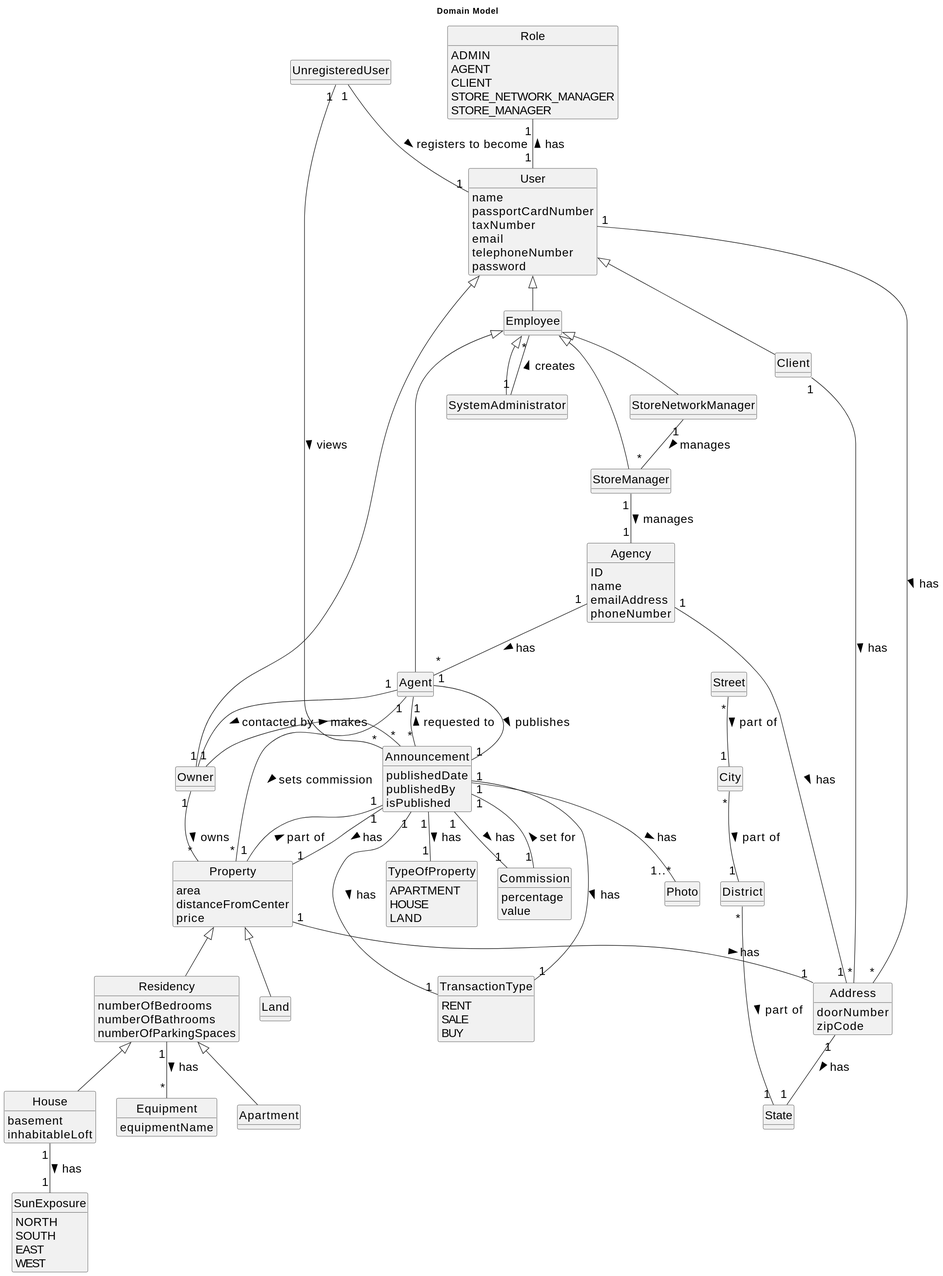
Above: docs/sprintC/global-artifacts/02.analysis/svg/project-domain-model.svg in Goncalves2525/real-estate-management-system (PlantUML), before the change.
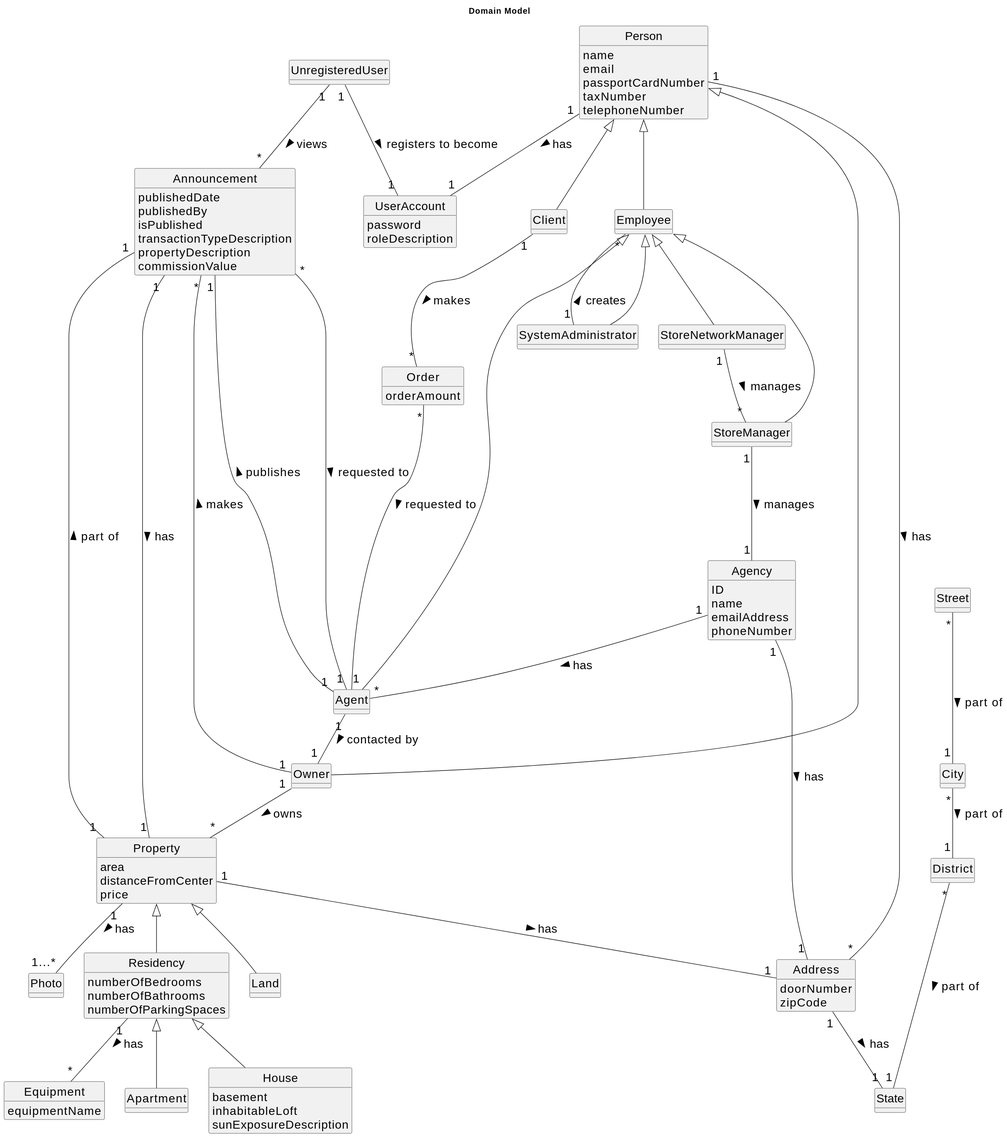
After the change.

Change to the diagram source:
```diff
@@ -9,25 +9,33 @@
 
 title Domain Model
 
-class Client extends User{
+class Client extends Person{
 }
 
-class Owner extends User {
+class Owner extends Person {
 }
 
-class Employee extends User{
+class Employee extends Person{
 }
 
 class Agent extends Employee{
 }
 
-class User{
+class Order{
+    orderAmount
+}
+
+class UserAccount {
+    password
+    roleDescription
+}
+
+class Person{
     name
+    email
     passportCardNumber
     taxNumber
-    email
     telephoneNumber
-    password
 }
 
 class Agency{
@@ -51,8 +59,6 @@
     zipCode
 }
 
-class Street{
-}
 
 class City{
 }
@@ -63,12 +69,17 @@
 class State{
 }
 
+class Street{
+}
+
 class Apartment extends Residency{
 }
 
 class House extends Residency{
     basement
     inhabitableLoft
+    sunExposureDescription
+
 }
 
 class Residency extends Property{
@@ -82,18 +93,13 @@
     publishedDate
     publishedBy
     isPublished
+    transactionTypeDescription
+    propertyDescription
+    commissionValue
 }
 
-class Commission{
-    percentage
-    value
-}
 
-class TypeOfProperty{
-    APARTMENT
-    HOUSE
-    LAND
-}
+
 
 class Land extends Property{
 }
@@ -102,13 +108,7 @@
     equipmentName
 }
 
-class Role{
-ADMIN
-AGENT
-CLIENT
-STORE_NETWORK_MANAGER
-STORE_MANAGER
-}
+
 
 class SystemAdministrator extends Employee{
 }
@@ -119,52 +119,36 @@
 class StoreNetworkManager extends Employee{
 }
 
-class SunExposure{
-NORTH
-SOUTH
-EAST
-WEST
-}
 
-class TransactionType{
-RENT
-SALE
-BUY
-}
 
 class UnregisteredUser{
 }
 
 
-UnregisteredUser "1" -- "1" User : registers to become >
+UnregisteredUser "1" -- "1" UserAccount : registers to become >
 Agent "1" -- "1" Announcement: publishes >
-Announcement "1" -- "1" TypeOfProperty: has >
 StoreNetworkManager "1" -- "*" StoreManager: manages >
 Agency "1" -- "*" Agent: has >
 SystemAdministrator "1" -- "*" Employee: creates >
-Role "1" -- "1" User: has <
+
 Agent "1" -- "1" Owner : contacted by >
-Agent "1" - "*" Property: sets commission >
 Owner "1" -- "*" Property: owns >
-Owner "1" - "*" Announcement: makes >
+Owner "1" -- "*" Announcement: makes >
 Announcement "*" -- "1" Agent: requested to >
 Announcement "1" - "1" Property: has >
-Announcement "1" -- "1" TransactionType: has >
 Address "1" -- "1" State : has >
 City "*" -- "1" District : part of >
-Street "*" -- "1" City : part of >
 District "*" --- "1" State : part of >
-Client "1" -- "*" Address: has >
-Announcement "1" -- "1..*" Photo: has >
-Announcement "1" -- "1" Commission: set for <
+Property "1" -- "1...*" Photo: has >
 Residency "1" -- "*" Equipment: has >
 Announcement "1" -- "1" Property: part of <
-User "1" -- "*" Address: has >
+Person "1" -- "*" Address: has >
 Property "1" -- "1" Address: has >
-Announcement "1" -- "1" Commission : has >
-StoreManager "1" -- "1" Agency: manages >
-House "1" -- "1" SunExposure: has >
-Announcement "1" --- "1" TransactionType: has >
+StoreManager "1" --- "1" Agency: manages >
 Agency "1" -- "1" Address: has >
 UnregisteredUser "1" -- "*" Announcement: views >
+Client "1" -- "*" Order : makes >
+Order "*" -- "1" Agent : requested to >
+Street "*" --- "1" City : part of >
+Person "1" -- "1" UserAccount: has >
 @enduml
```
